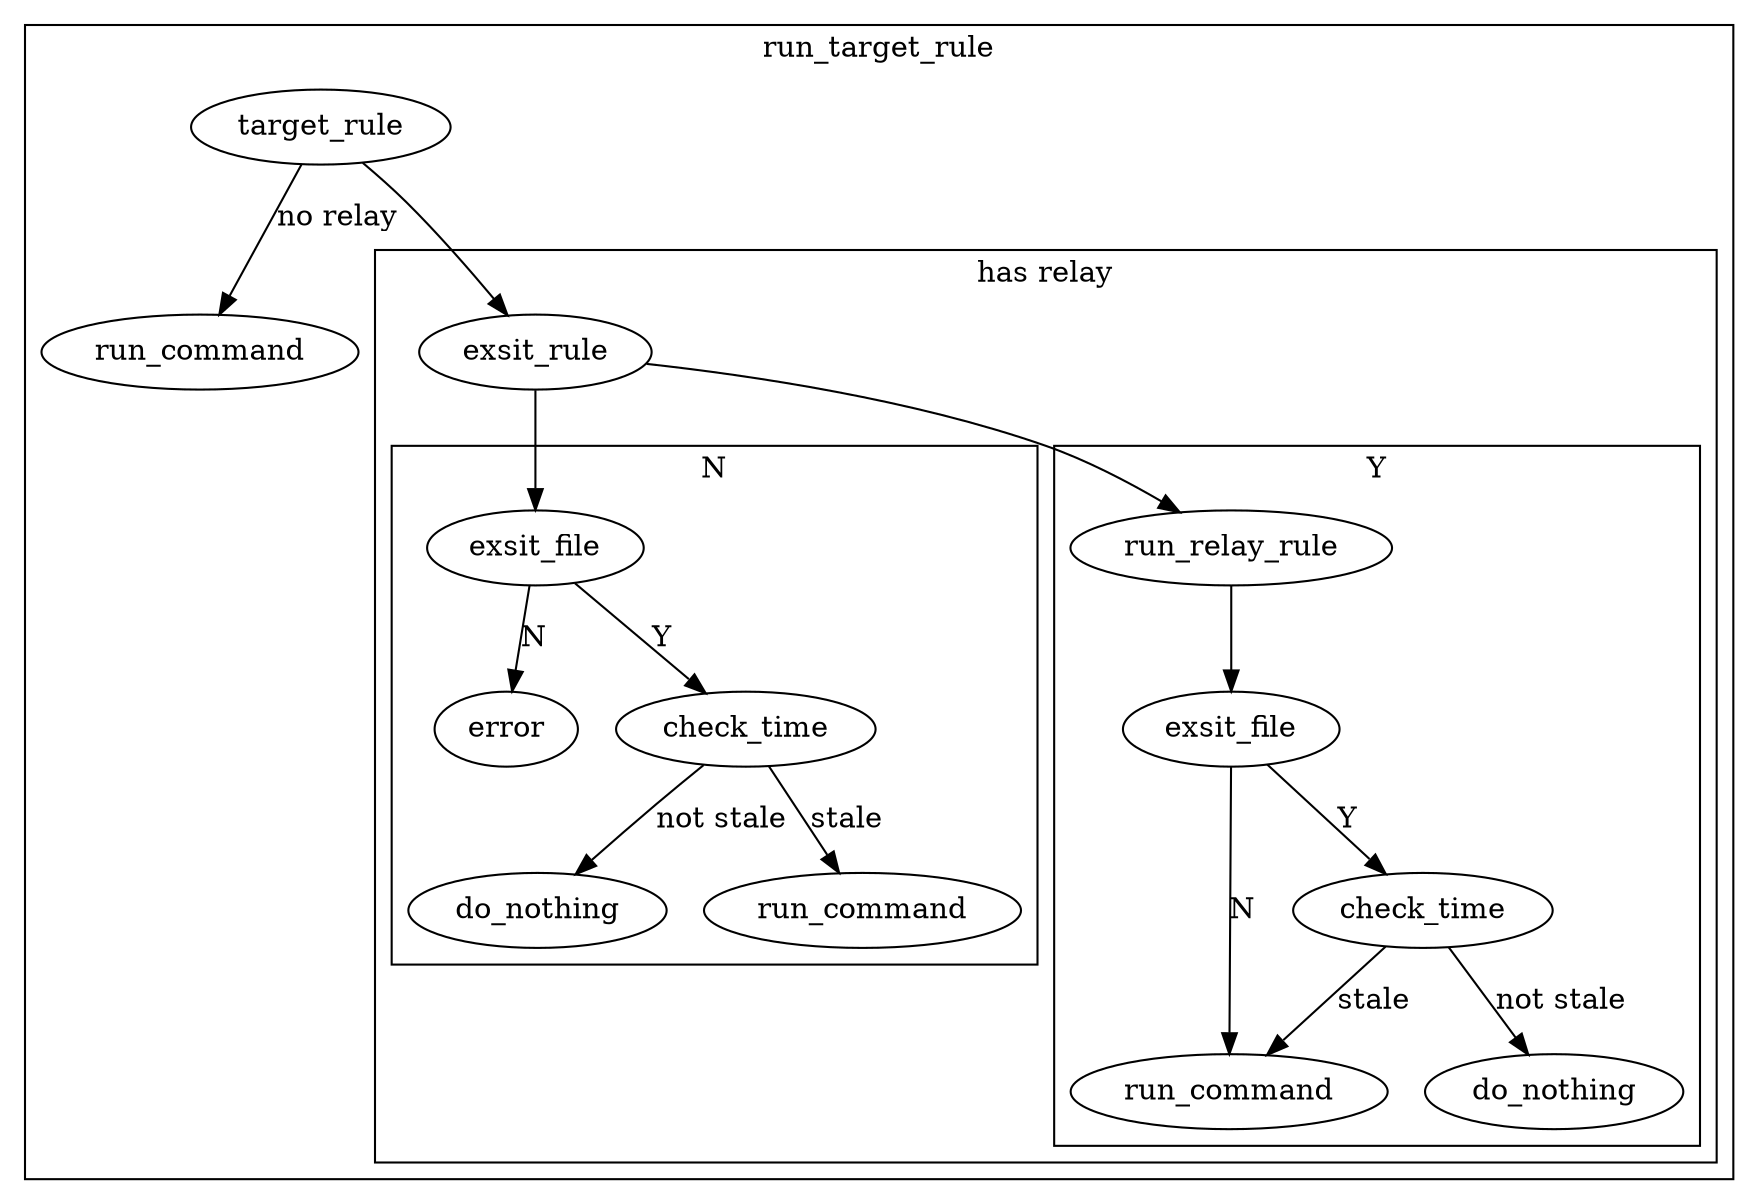
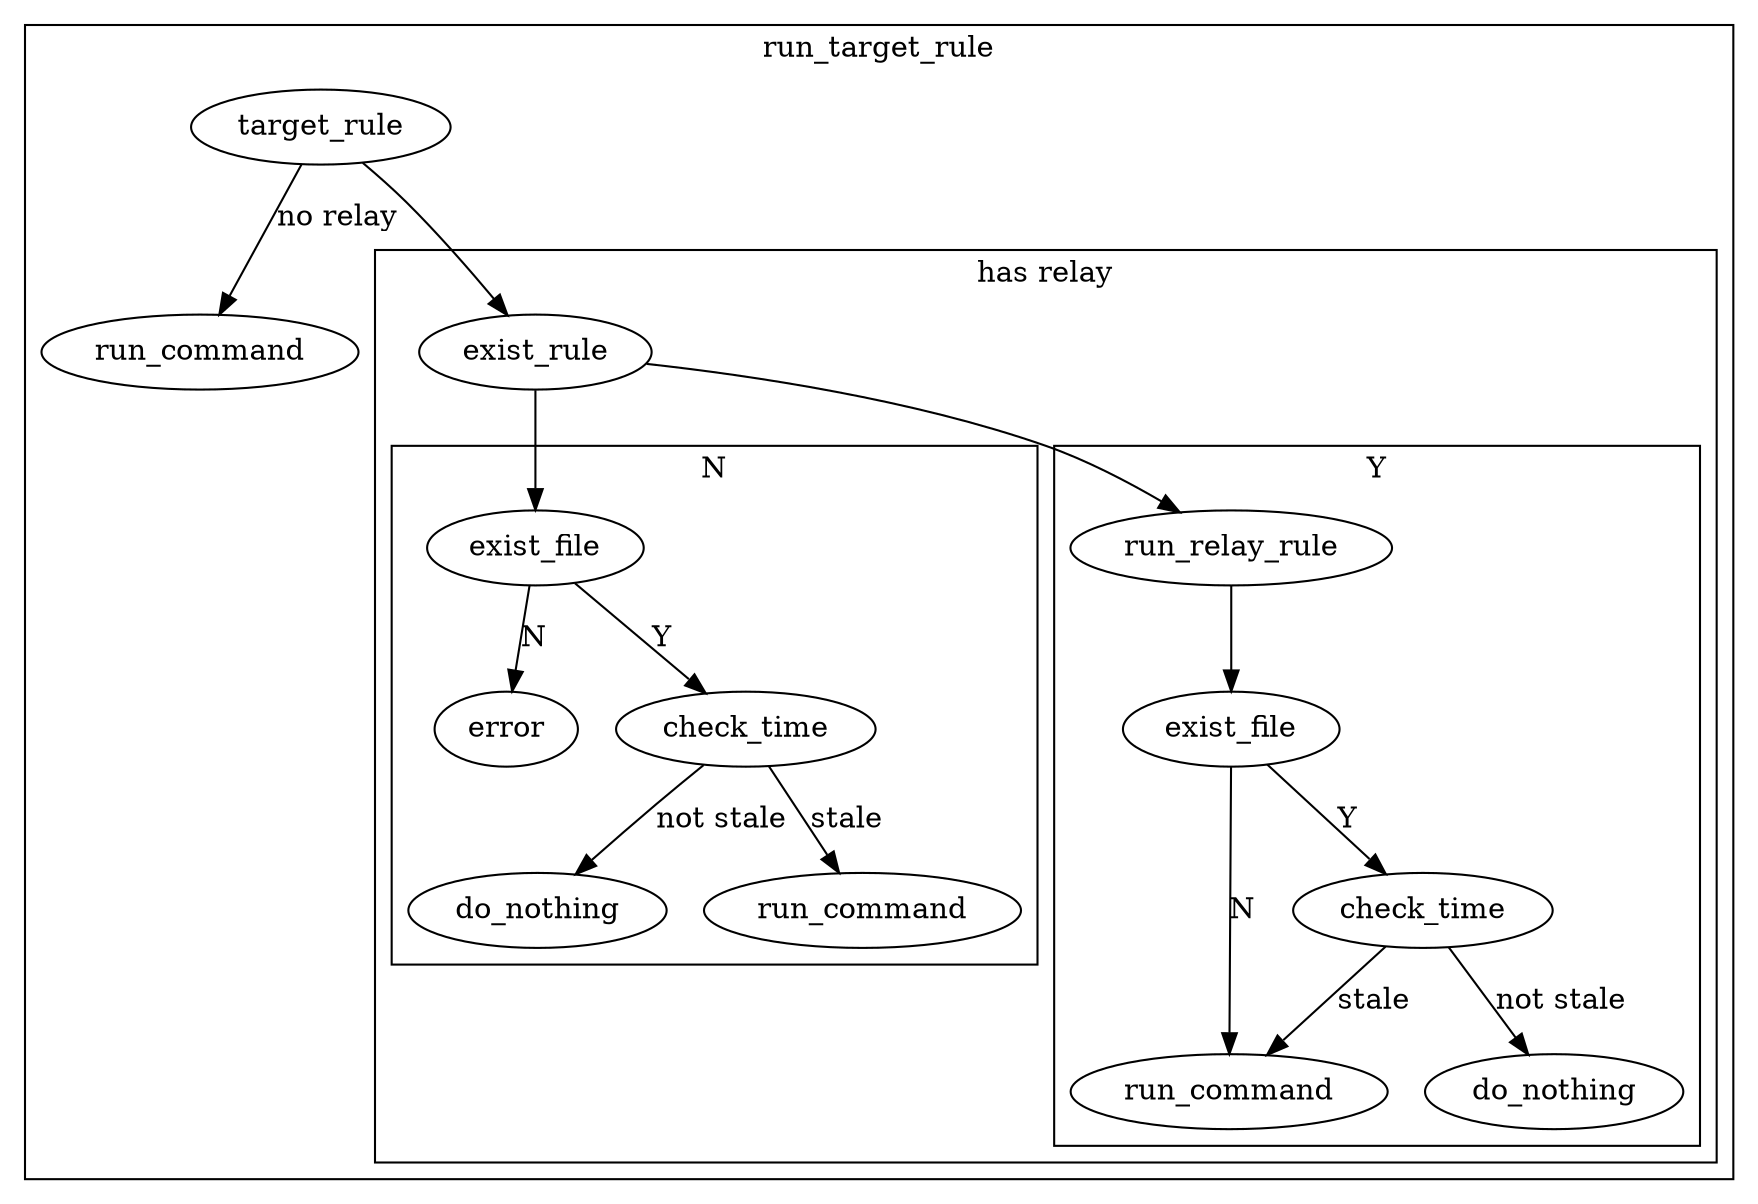
digraph G {
    subgraph cluster_g {
	label="run_target_rule"
	"target_rule" -> "run_command" [label="no relay"]
- 	"target_rule" -> "exsit_rule"
+ 	"target_rule" -> "exist_rule"
	subgraph cluster_a {
	    label= "has relay"
- 	    "exsit_rule" -> "a1"
+ 	    "exist_rule" -> "a1"
	    subgraph cluster_a1 {
		label="N"
- 		"a1" [label="exsit_file"]
+ 		"a1" [label="exist_file"]
		"a1" -> "error" [label=N]
		"a1" -> "check_time" [label="Y"]
		"check_time" -> "do_nothing" [label="not stale"]
		"check_time" -> "a1_1" [label="stale"]
		"a1_1" [label="run_command"]
	    }
- 	    "exsit_rule" -> "a2"
+ 	    "exist_rule" -> "a2"
	    subgraph cluster_a2 {
		label="Y"
		"a2" [label="run_relay_rule"]
		"a2" -> "a2_1"
- 		"a2_1" [label="exsit_file"]
+ 		"a2_1" [label="exist_file"]
		"a2_1" -> "a2_2" [label="N"]
		"a2_2" [label="run_command"]
		"a2_1" -> "a2_3" [label="Y"]
		"a2_3" [label="check_time"]
		"a2_3" -> "a2_2" [label="stale"]
		"a2_3" -> "a2_4" [label="not stale"]
		"a2_4" [label="do_nothing"]
	    }
	}
    }
}
